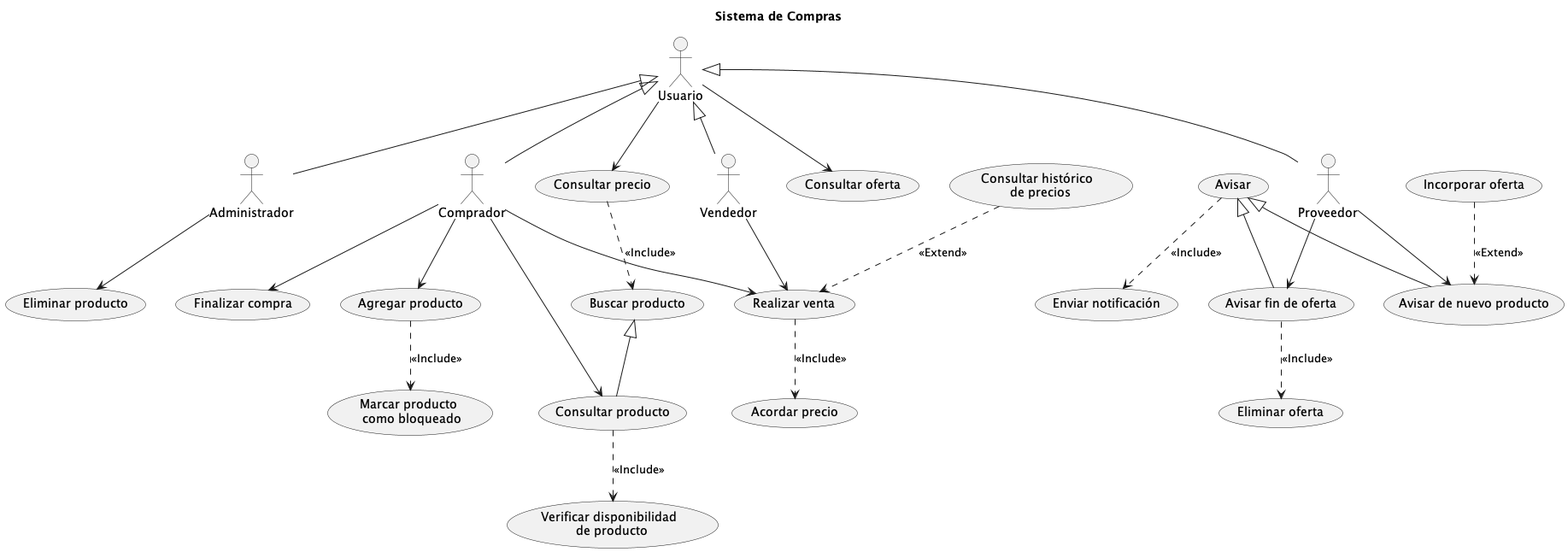
emg842/INRE-UAL-ROJO-2022 keeps this PlantUML diagram as LAB0/out/sistema_de_compras/sistema_de_compras.png. Above is the earlier version. The source it was exported from:
```plantuml
@startuml sistema_de_compras
title Sistema de Compras

:Administrador: as A1
:Comprador: as A2
:Proveedor: as A3
:Usuario: as A4
:Vendedor: as A5

(Acordar precio) as UC1
(Agregar producto)  as UC2
(Avisar)  as UC3
(Avisar de nuevo producto) as UC4
(Avisar fin de oferta) as UC5
(Buscar producto) as UC6
(Consultar histórico \n de precios) as UC7
(Consultar oferta) as UC8
(Consultar precio) as UC9
(Consultar producto) as UC10
(Eliminar oferta) as UC11
(Eliminar producto) as UC12
(Enviar notificación) as UC13
(Finalizar compra) as UC14
(Incorporar oferta) as UC15
(Marcar producto \n como bloqueado) as UC16
(Realizar venta) as UC17
(Verificar disponibilidad \n de producto) as UC18

A1 --> UC12
A2 --> UC2
A2 --> UC10
A2 --> UC14
A2 --> UC17
A3 --> UC4
A3 --> UC5
A4 --> UC8
A4 --> UC9
A5 --> UC17

A4 <|-- A1
A4 <|-- A2
A4 <|-- A3
A4 <|-- A5
UC3 <|-- UC4
UC3 <|-- UC5
UC6 <|-- UC10

UC7 ..> UC17 : <<Extend>>
UC15 ..> UC4 : <<Extend>>

UC2 ..> UC16 : <<Include>>
UC3 ..> UC13 : <<Include>>
UC5 ..> UC11 : <<Include>>
UC9 ..> UC6 : <<Include>>
UC10 ..> UC18 : <<Include>>
UC17 ..> UC1 : <<Include>>

@enduml
```
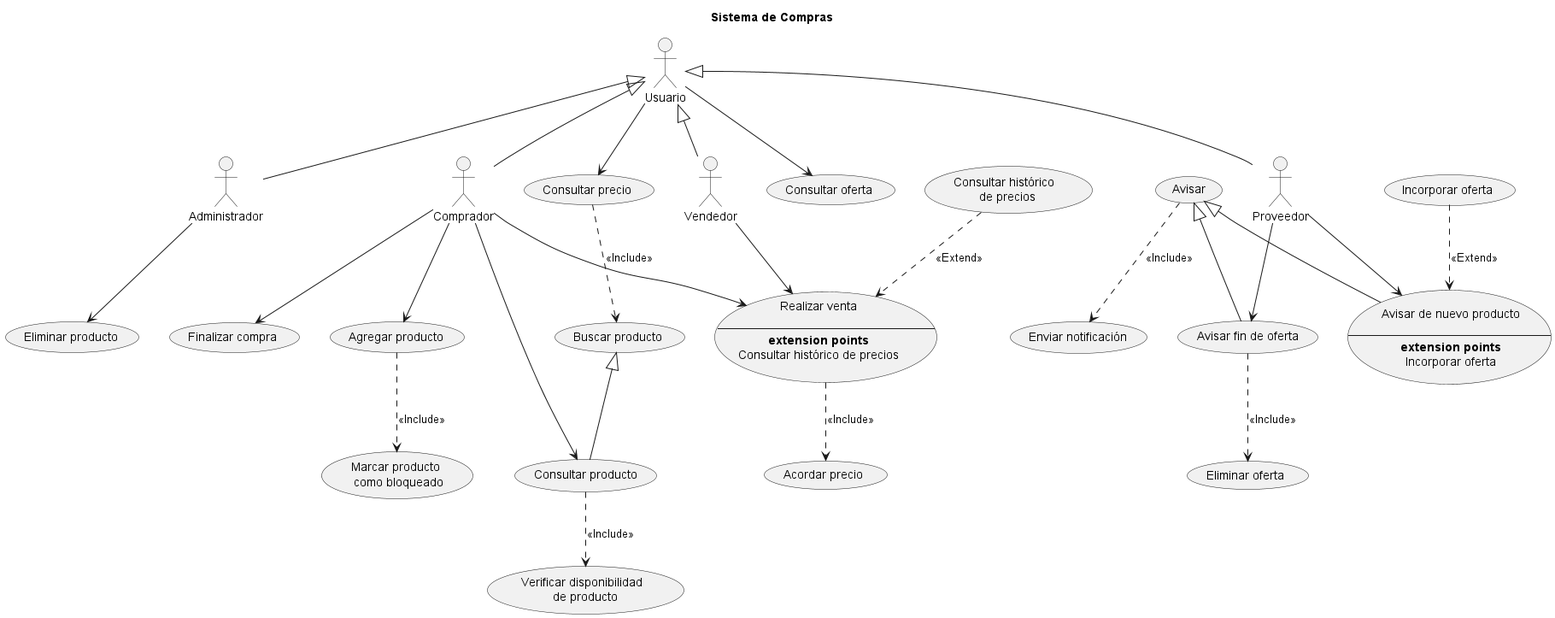
The same diagram one commit later.

Diff of the diagram source:
```diff
@@ -10,7 +10,11 @@
 (Acordar precio) as UC1
 (Agregar producto)  as UC2
 (Avisar)  as UC3
-(Avisar de nuevo producto) as UC4
+usecase UC4 as "Avisar de nuevo producto
+
+--
+**extension points**
+Incorporar oferta"
 (Avisar fin de oferta) as UC5
 (Buscar producto) as UC6
 (Consultar histórico \n de precios) as UC7
@@ -23,7 +27,11 @@
 (Finalizar compra) as UC14
 (Incorporar oferta) as UC15
 (Marcar producto \n como bloqueado) as UC16
-(Realizar venta) as UC17
+usecase UC17 as "Realizar venta
+
+--
+**extension points**
+Consultar histórico de precios"
 (Verificar disponibilidad \n de producto) as UC18
 
 A1 --> UC12
```
